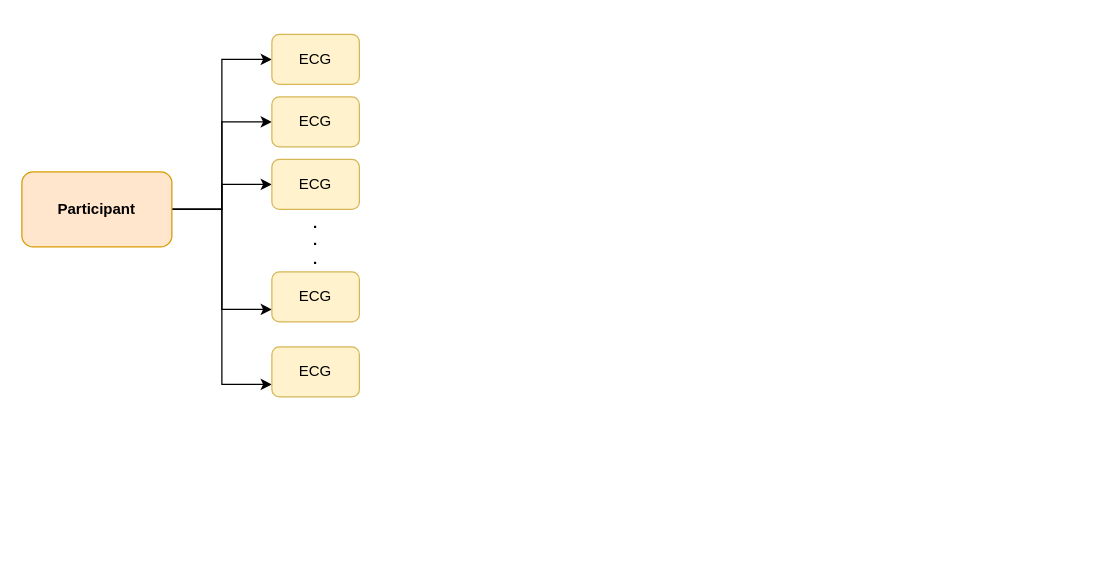
This is identiffy-pt-pt.drawio from kellydingzx/drawio, a draw.io file, before an edit. Source tidied: cells renumbered, new cells numbered last; positions are measured from the earlier drawing's top-left corner, leaving out a move shared by most shapes. Both pictures are drawn from the tidied source at 125%, with x=0, y=0 at pixel (21, 34).
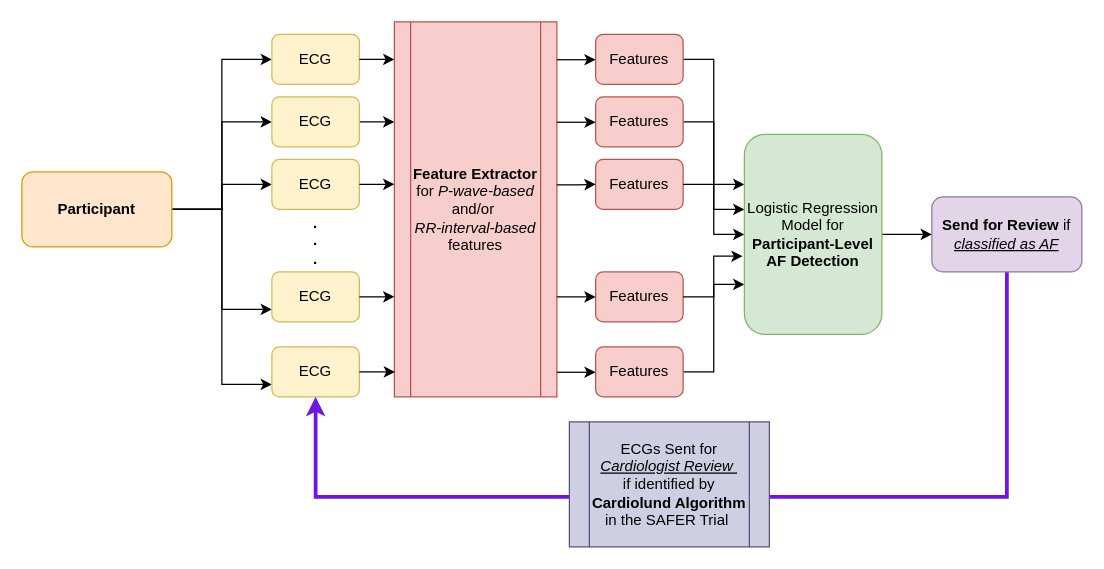
The same diagram, later.

The change refers to these unchanged cells:
```xml
<mxCell id="8" value="ECG" style="rounded=1;whiteSpace=wrap;html=1;fillColor=#fff2cc;strokeColor=#d6b656;" parent="1" vertex="1">
  <mxGeometry x="200" width="70" height="40" as="geometry" />
</mxCell>
<mxCell id="9" value="ECG" style="rounded=1;whiteSpace=wrap;html=1;fillColor=#fff2cc;strokeColor=#d6b656;" parent="1" vertex="1">
  <mxGeometry x="200" y="50" width="70" height="40" as="geometry" />
</mxCell>
<mxCell id="10" value="ECG" style="rounded=1;whiteSpace=wrap;html=1;fillColor=#fff2cc;strokeColor=#d6b656;" parent="1" vertex="1">
  <mxGeometry x="200" y="100" width="70" height="40" as="geometry" />
</mxCell>
<mxCell id="11" value="ECG" style="rounded=1;whiteSpace=wrap;html=1;fillColor=#fff2cc;strokeColor=#d6b656;" parent="1" vertex="1">
  <mxGeometry x="200" y="190" width="70" height="40" as="geometry" />
</mxCell>
<mxCell id="12" value="ECG" style="rounded=1;whiteSpace=wrap;html=1;fillColor=#fff2cc;strokeColor=#d6b656;" parent="1" vertex="1">
  <mxGeometry x="200" y="250" width="70" height="40" as="geometry" />
</mxCell>
```

The edit, as a diff of the source:
```diff
@@
+    <mxCell id="14" style="edgeStyle=orthogonalEdgeStyle;rounded=0;jettySize=auto;html=1;exitX=1;exitY=0.5;exitDx=0;exitDy=0;" parent="1" edge="1" source="9">
+      <mxGeometry relative="1" as="geometry">
+        <mxPoint x="298" y="70" as="targetPoint" />
+      </mxGeometry>
+    </mxCell>
@@
+    <mxCell id="15" value="&lt;b&gt;Feature Extractor&lt;/b&gt; for &lt;i&gt;P-wave-based&lt;/i&gt; and/or&amp;nbsp;&lt;div&gt;&lt;i&gt;RR-interval-based&lt;/i&gt; features&lt;/div&gt;" style="shape=process;whiteSpace=wrap;html=1;backgroundOutline=1;fillColor=#f8cecc;strokeColor=#b85450;" parent="1" vertex="1">
+      <mxGeometry x="298" y="-10" width="130" height="300" as="geometry" />
+    </mxCell>
+    <mxCell id="16" style="edgeStyle=orthogonalEdgeStyle;rounded=0;jettySize=auto;html=1;exitX=1;exitY=0.5;exitDx=0;exitDy=0;entryX=0;entryY=0.1;entryDx=0;entryDy=0;entryPerimeter=0;" parent="1" edge="1" source="8" target="15">
+      <mxGeometry relative="1" as="geometry" />
+    </mxCell>
+    <mxCell id="17" style="edgeStyle=orthogonalEdgeStyle;rounded=0;jettySize=auto;html=1;exitX=1;exitY=0.5;exitDx=0;exitDy=0;entryX=0.004;entryY=0.936;entryDx=0;entryDy=0;entryPerimeter=0;" parent="1" edge="1" source="12" target="15">
+      <mxGeometry relative="1" as="geometry" />
+    </mxCell>
+    <mxCell id="18" style="edgeStyle=orthogonalEdgeStyle;rounded=0;jettySize=auto;html=1;entryX=0;entryY=0.5;entryDx=0;entryDy=0;" parent="1" edge="1" source="19" target="34">
+      <mxGeometry relative="1" as="geometry" />
+    </mxCell>
+    <mxCell id="19" value="Features" style="rounded=1;whiteSpace=wrap;html=1;fillColor=#f8cecc;strokeColor=#b85450;" parent="1" vertex="1">
+      <mxGeometry x="459" width="70" height="40" as="geometry" />
+    </mxCell>
+    <mxCell id="20" style="edgeStyle=orthogonalEdgeStyle;rounded=0;jettySize=auto;html=1;exitX=1;exitY=0.5;exitDx=0;exitDy=0;entryX=0;entryY=0.25;entryDx=0;entryDy=0;" parent="1" edge="1" source="21" target="34">
+      <mxGeometry relative="1" as="geometry" />
+    </mxCell>
+    <mxCell id="21" value="Features" style="rounded=1;whiteSpace=wrap;html=1;fillColor=#f8cecc;strokeColor=#b85450;" parent="1" vertex="1">
+      <mxGeometry x="459" y="50" width="70" height="40" as="geometry" />
+    </mxCell>
+    <mxCell id="22" value="Features" style="rounded=1;whiteSpace=wrap;html=1;fillColor=#f8cecc;strokeColor=#b85450;" parent="1" vertex="1">
+      <mxGeometry x="459" y="190" width="70" height="40" as="geometry" />
+    </mxCell>
+    <mxCell id="23" value="Features" style="rounded=1;whiteSpace=wrap;html=1;fillColor=#f8cecc;strokeColor=#b85450;" parent="1" vertex="1">
+      <mxGeometry x="459" y="100" width="70" height="40" as="geometry" />
+    </mxCell>
+    <mxCell id="24" style="edgeStyle=orthogonalEdgeStyle;rounded=0;jettySize=auto;html=1;exitX=1;exitY=0.5;exitDx=0;exitDy=0;entryX=0;entryY=0.75;entryDx=0;entryDy=0;" parent="1" edge="1" source="25" target="34">
+      <mxGeometry relative="1" as="geometry" />
+    </mxCell>
+    <mxCell id="25" value="Features" style="rounded=1;whiteSpace=wrap;html=1;fillColor=#f8cecc;strokeColor=#b85450;" parent="1" vertex="1">
+      <mxGeometry x="459" y="250" width="70" height="40" as="geometry" />
+    </mxCell>
+    <mxCell id="26" style="edgeStyle=orthogonalEdgeStyle;rounded=0;jettySize=auto;html=1;entryX=0;entryY=0.733;entryDx=0;entryDy=0;entryPerimeter=0;" parent="1" edge="1" source="11" target="15">
+      <mxGeometry relative="1" as="geometry" />
+    </mxCell>
+    <mxCell id="27" style="edgeStyle=orthogonalEdgeStyle;rounded=0;jettySize=auto;html=1;entryX=0;entryY=0.433;entryDx=0;entryDy=0;entryPerimeter=0;" parent="1" edge="1" source="10" target="15">
+      <mxGeometry relative="1" as="geometry" />
+    </mxCell>
+    <mxCell id="28" style="edgeStyle=orthogonalEdgeStyle;rounded=0;orthogonalLoop=1;jettySize=auto;html=1;entryX=0;entryY=0.733;entryDx=0;entryDy=0;entryPerimeter=0;" parent="1" edge="1">
+      <mxGeometry relative="1" as="geometry">
+        <mxPoint x="428" y="210" as="sourcePoint" />
+        <mxPoint x="459" y="209.7" as="targetPoint" />
+      </mxGeometry>
+    </mxCell>
+    <mxCell id="29" style="edgeStyle=orthogonalEdgeStyle;rounded=0;orthogonalLoop=1;jettySize=auto;html=1;entryX=0;entryY=0.733;entryDx=0;entryDy=0;entryPerimeter=0;" parent="1" edge="1">
+      <mxGeometry relative="1" as="geometry">
+        <mxPoint x="428" y="120.3" as="sourcePoint" />
+        <mxPoint x="459" y="120" as="targetPoint" />
+        <Array as="points">
+          <mxPoint x="444" y="120" />
+        </Array>
+      </mxGeometry>
+    </mxCell>
+    <mxCell id="30" style="edgeStyle=orthogonalEdgeStyle;rounded=0;orthogonalLoop=1;jettySize=auto;html=1;entryX=0;entryY=0.733;entryDx=0;entryDy=0;entryPerimeter=0;" parent="1" edge="1">
+      <mxGeometry relative="1" as="geometry">
+        <mxPoint x="428" y="270.3" as="sourcePoint" />
+        <mxPoint x="459" y="270" as="targetPoint" />
+      </mxGeometry>
+    </mxCell>
+    <mxCell id="31" style="edgeStyle=orthogonalEdgeStyle;rounded=0;orthogonalLoop=1;jettySize=auto;html=1;entryX=0;entryY=0.733;entryDx=0;entryDy=0;entryPerimeter=0;" parent="1" edge="1">
+      <mxGeometry relative="1" as="geometry">
+        <mxPoint x="428" y="70.3" as="sourcePoint" />
+        <mxPoint x="459" y="70" as="targetPoint" />
+      </mxGeometry>
+    </mxCell>
+    <mxCell id="32" style="edgeStyle=orthogonalEdgeStyle;rounded=0;orthogonalLoop=1;jettySize=auto;html=1;entryX=0;entryY=0.733;entryDx=0;entryDy=0;entryPerimeter=0;" parent="1" edge="1">
+      <mxGeometry relative="1" as="geometry">
+        <mxPoint x="428" y="20.3" as="sourcePoint" />
+        <mxPoint x="459" y="20" as="targetPoint" />
+      </mxGeometry>
+    </mxCell>
+    <mxCell id="33" style="edgeStyle=orthogonalEdgeStyle;rounded=0;jettySize=auto;html=1;" parent="1" edge="1" source="34" target="38">
+      <mxGeometry relative="1" as="geometry" />
+    </mxCell>
+    <mxCell id="34" value="Logistic Regression Model for &lt;b&gt;Participant-Level AF Detection&lt;/b&gt;" style="rounded=1;whiteSpace=wrap;html=1;fillColor=#d5e8d4;strokeColor=#82b366;" parent="1" vertex="1">
+      <mxGeometry x="578" y="80" width="110" height="160" as="geometry" />
+    </mxCell>
+    <mxCell id="35" style="edgeStyle=orthogonalEdgeStyle;rounded=0;jettySize=auto;html=1;exitX=1;exitY=0.5;exitDx=0;exitDy=0;entryX=0;entryY=0.375;entryDx=0;entryDy=0;entryPerimeter=0;" parent="1" edge="1" source="23" target="34">
+      <mxGeometry relative="1" as="geometry" />
+    </mxCell>
+    <mxCell id="36" style="edgeStyle=orthogonalEdgeStyle;rounded=0;jettySize=auto;html=1;exitX=1;exitY=0.5;exitDx=0;exitDy=0;entryX=-0.013;entryY=0.609;entryDx=0;entryDy=0;entryPerimeter=0;" parent="1" edge="1" source="22" target="34">
+      <mxGeometry relative="1" as="geometry" />
+    </mxCell>
+    <mxCell id="37" style="edgeStyle=orthogonalEdgeStyle;rounded=0;jettySize=auto;html=1;exitX=0.5;exitY=1;exitDx=0;exitDy=0;entryX=0.5;entryY=1;entryDx=0;entryDy=0;strokeWidth=3;strokeColor=light-dark(#7015e0, #ededed);" parent="1" edge="1" source="38" target="12">
+      <mxGeometry relative="1" as="geometry">
+        <Array as="points">
+          <mxPoint x="788" y="370" />
+          <mxPoint x="235" y="370" />
+        </Array>
+      </mxGeometry>
+    </mxCell>
+    <mxCell id="38" value="&lt;b&gt;Send for Review&lt;/b&gt; if &lt;i&gt;&lt;u&gt;classified as AF&lt;/u&gt;&lt;/i&gt;" style="whiteSpace=wrap;html=1;rounded=1;fillColor=#e1d5e7;strokeColor=#9673a6;" parent="1" vertex="1">
+      <mxGeometry x="728" y="130" width="120" height="60" as="geometry" />
+    </mxCell>
+    <mxCell id="39" value="ECGs Sent for &lt;i&gt;&lt;u&gt;Cardiologist Review&amp;nbsp;&lt;/u&gt;&lt;/i&gt;&lt;div&gt;if i&lt;span style=&quot;background-color: transparent; color: light-dark(rgb(0, 0, 0), rgb(255, 255, 255));&quot;&gt;dentified by &lt;/span&gt;&lt;b style=&quot;background-color: transparent; color: light-dark(rgb(0, 0, 0), rgb(255, 255, 255));&quot;&gt;Cardiolund Algorithm&lt;/b&gt;&lt;span style=&quot;background-color: transparent; color: light-dark(rgb(0, 0, 0), rgb(255, 255, 255));&quot;&gt; in the SAFER Trial&amp;nbsp;&lt;/span&gt;&lt;/div&gt;" style="shape=process;whiteSpace=wrap;html=1;backgroundOutline=1;fillColor=#d0cee2;strokeColor=#56517e;" parent="1" vertex="1">
+      <mxGeometry x="438" y="310" width="160" height="100" as="geometry" />
+    </mxCell>
```
